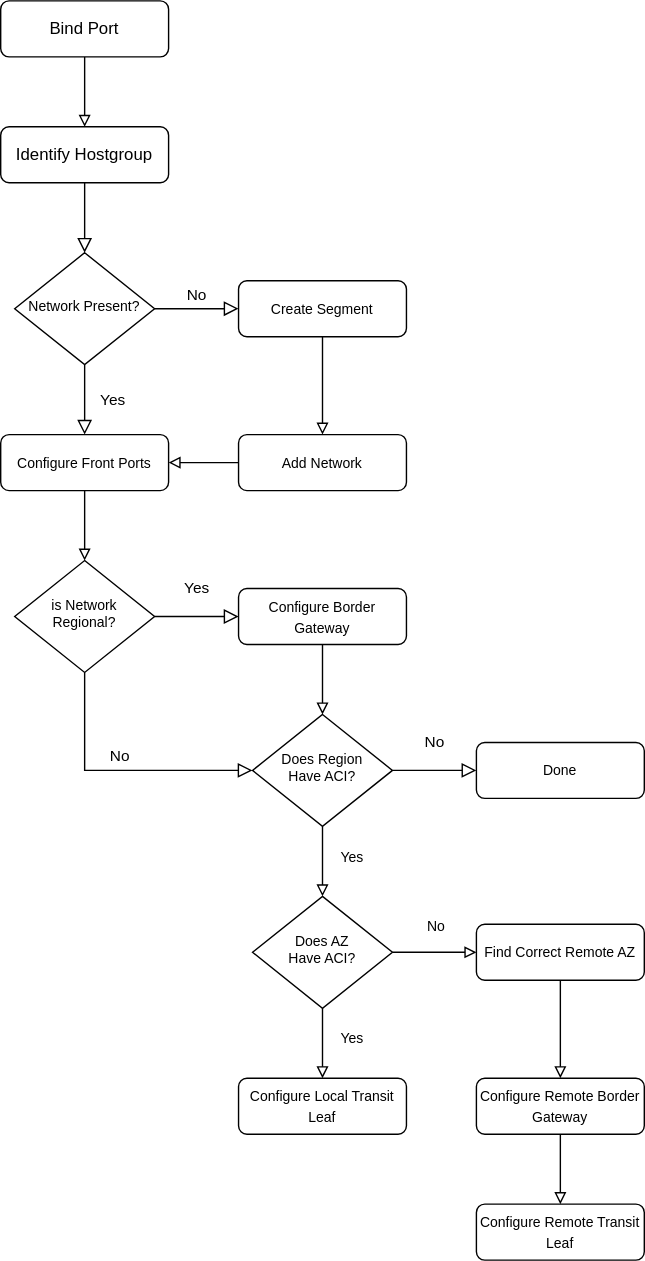
Earlier version of the draw.io export doc/source/architecture/figure/network_provisioning_flow.svg (sapcc/networking-ccloud). Source tidied: cells renumbered, new cells last; positions are measured from the earlier drawing's top-left corner, leaving out a move shared by most shapes.
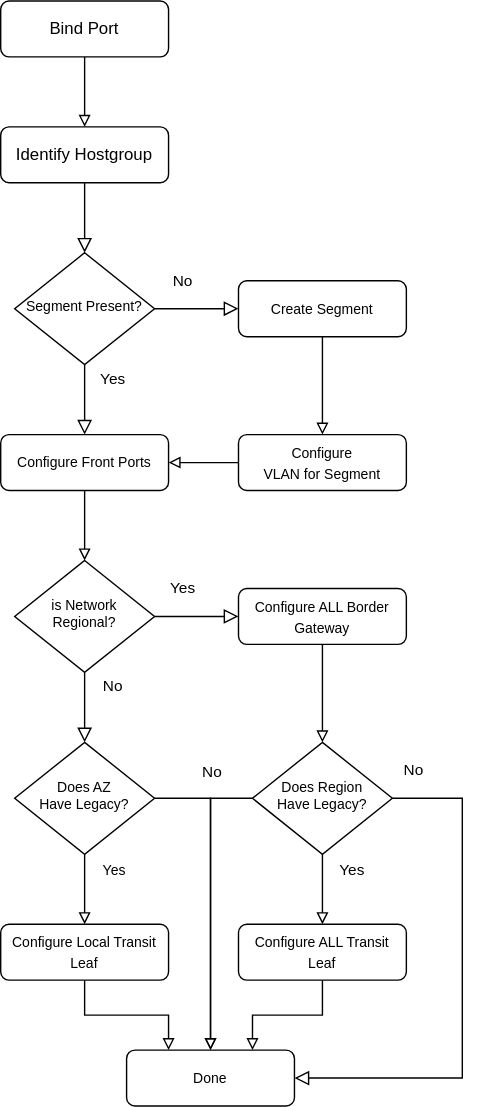
Later version of the same file.

The edit, as a diff of the source:
```diff
@@ -9,12 +9,12 @@
       <mxGeometry y="90" width="120" height="40" as="geometry" />
     </mxCell>
     <mxCell id="4" value="Yes" style="rounded=0;html=1;jettySize=auto;fontSize=11;endArrow=block;endFill=0;endSize=8;strokeWidth=1;shadow=0;labelBackgroundColor=none;edgeStyle=orthogonalEdgeStyle;entryX=0.5;entryY=0;entryDx=0;entryDy=0;" parent="1" edge="1" source="6" target="10">
-      <mxGeometry y="20" relative="1" as="geometry" />
+      <mxGeometry x="-0.6" y="20" relative="1" as="geometry" />
     </mxCell>
     <mxCell id="5" value="No" style="edgeStyle=orthogonalEdgeStyle;rounded=0;html=1;jettySize=auto;fontSize=11;endArrow=block;endFill=0;endSize=8;strokeWidth=1;shadow=0;labelBackgroundColor=none;" parent="1" edge="1" source="6" target="8">
-      <mxGeometry y="10" relative="1" as="geometry" />
+      <mxGeometry x="-0.33" y="20" relative="1" as="geometry" />
     </mxCell>
-    <mxCell id="6" value="Network Present?" style="rhombus;whiteSpace=wrap;html=1;shadow=0;fontFamily=Helvetica;fontSize=10;align=center;strokeWidth=1;spacing=6;spacingTop=-4;" parent="1" vertex="1">
+    <mxCell id="6" value="Segment Present?" style="rhombus;whiteSpace=wrap;html=1;shadow=0;fontFamily=Helvetica;fontSize=10;align=center;strokeWidth=1;spacing=6;spacingTop=-4;" parent="1" vertex="1">
       <mxGeometry x="10" y="180" width="100" height="80" as="geometry" />
     </mxCell>
     <mxCell id="7" style="edgeStyle=orthogonalEdgeStyle;rounded=0;jettySize=auto;html=1;fontSize=10;entryX=0.5;entryY=0;entryDx=0;entryDy=0;endArrow=block;endFill=0;" parent="1" edge="1" source="8" target="12">
@@ -32,83 +32,91 @@
     <mxCell id="11" style="edgeStyle=orthogonalEdgeStyle;rounded=0;jettySize=auto;html=1;entryX=1;entryY=0.5;entryDx=0;entryDy=0;fontSize=10;endArrow=block;endFill=0;" parent="1" edge="1" source="12" target="10">
       <mxGeometry relative="1" as="geometry" />
     </mxCell>
-    <mxCell id="12" value="&lt;font style=&quot;font-size: 10px&quot;&gt;Add Network&lt;/font&gt;" style="rounded=1;whiteSpace=wrap;html=1;fontSize=12;glass=0;strokeWidth=1;shadow=0;" parent="1" vertex="1">
+    <mxCell id="12" value="&lt;font style=&quot;font-size: 10px&quot;&gt;Configure&lt;br&gt;VLAN for Segment&lt;br&gt;&lt;/font&gt;" style="rounded=1;whiteSpace=wrap;html=1;fontSize=12;glass=0;strokeWidth=1;shadow=0;" parent="1" vertex="1">
       <mxGeometry x="170" y="310" width="120" height="40" as="geometry" />
     </mxCell>
     <mxCell id="13" value="is Network&lt;br&gt;Regional?" style="rhombus;whiteSpace=wrap;html=1;shadow=0;fontFamily=Helvetica;fontSize=10;align=center;strokeWidth=1;spacing=6;spacingTop=-4;" parent="1" vertex="1">
       <mxGeometry x="10" y="400" width="100" height="80" as="geometry" />
     </mxCell>
-    <mxCell id="14" style="edgeStyle=orthogonalEdgeStyle;rounded=0;jettySize=auto;html=1;entryX=0.5;entryY=0;entryDx=0;entryDy=0;fontSize=10;endArrow=block;endFill=0;" parent="1" edge="1" source="16" target="27">
-      <mxGeometry relative="1" as="geometry" />
-    </mxCell>
-    <mxCell id="15" value="Yes" style="edgeLabel;html=1;align=center;verticalAlign=middle;fontSize=10;" parent="14" vertex="1">
-      <mxGeometry x="-0.17" y="3" relative="1" as="geometry">
-        <mxPoint x="17" as="offset" />
-      </mxGeometry>
-    </mxCell>
-    <mxCell id="16" value="Does Region&lt;br&gt;Have ACI?" style="rhombus;whiteSpace=wrap;html=1;shadow=0;fontFamily=Helvetica;fontSize=10;align=center;strokeWidth=1;spacing=6;spacingTop=-4;" parent="1" vertex="1">
-      <mxGeometry x="180" y="510" width="100" height="80" as="geometry" />
+    <mxCell id="16" value="Does Region&lt;br&gt;Have Legacy?" style="rhombus;whiteSpace=wrap;html=1;shadow=0;fontFamily=Helvetica;fontSize=10;align=center;strokeWidth=1;spacing=6;spacingTop=-4;" parent="1" vertex="1">
+      <mxGeometry x="180" y="530" width="100" height="80" as="geometry" />
     </mxCell>
     <mxCell id="17" style="edgeStyle=orthogonalEdgeStyle;rounded=0;jettySize=auto;html=1;fontSize=10;endArrow=block;endFill=0;entryX=0.5;entryY=0;entryDx=0;entryDy=0;" parent="1" edge="1" source="18" target="16">
       <mxGeometry relative="1" as="geometry" />
     </mxCell>
-    <mxCell id="18" value="&lt;font style=&quot;font-size: 10px&quot;&gt;Configure Border Gateway&lt;/font&gt;" style="rounded=1;whiteSpace=wrap;html=1;fontSize=12;glass=0;strokeWidth=1;shadow=0;" parent="1" vertex="1">
+    <mxCell id="18" value="&lt;font style=&quot;font-size: 10px&quot;&gt;Configure ALL Border Gateway&lt;/font&gt;" style="rounded=1;whiteSpace=wrap;html=1;fontSize=12;glass=0;strokeWidth=1;shadow=0;" parent="1" vertex="1">
       <mxGeometry x="170" y="420" width="120" height="40" as="geometry" />
     </mxCell>
     <mxCell id="19" value="Yes" style="rounded=0;html=1;jettySize=auto;fontSize=11;endArrow=block;endFill=0;endSize=8;strokeWidth=1;shadow=0;labelBackgroundColor=none;edgeStyle=orthogonalEdgeStyle;entryX=0;entryY=0.5;entryDx=0;entryDy=0;exitX=1;exitY=0.5;exitDx=0;exitDy=0;" parent="1" edge="1" source="13" target="18">
-      <mxGeometry y="20" relative="1" as="geometry" />
+      <mxGeometry x="-0.33" y="20" relative="1" as="geometry" />
     </mxCell>
-    <mxCell id="20" value="No" style="edgeStyle=orthogonalEdgeStyle;rounded=0;html=1;jettySize=auto;fontSize=11;endArrow=block;endFill=0;endSize=8;strokeWidth=1;shadow=0;labelBackgroundColor=none;exitX=0.5;exitY=1;exitDx=0;exitDy=0;entryX=0;entryY=0.5;entryDx=0;entryDy=0;" parent="1" edge="1" source="13" target="16">
-      <mxGeometry y="10" relative="1" as="geometry" />
+    <mxCell id="20" value="No" style="edgeStyle=orthogonalEdgeStyle;rounded=0;html=1;jettySize=auto;fontSize=11;endArrow=block;endFill=0;endSize=8;strokeWidth=1;shadow=0;labelBackgroundColor=none;exitX=0.5;exitY=1;exitDx=0;exitDy=0;entryX=0.5;entryY=0;entryDx=0;entryDy=0;" parent="1" edge="1" source="13" target="41">
+      <mxGeometry x="-0.6" y="20" relative="1" as="geometry" />
     </mxCell>
     <mxCell id="21" value="&lt;span style=&quot;font-size: 10px&quot;&gt;Done&lt;/span&gt;" style="rounded=1;whiteSpace=wrap;html=1;fontSize=12;glass=0;strokeWidth=1;shadow=0;" parent="1" vertex="1">
-      <mxGeometry x="340" y="530" width="120" height="40" as="geometry" />
+      <mxGeometry x="90" y="750" width="120" height="40" as="geometry" />
     </mxCell>
-    <mxCell id="22" value="No" style="rounded=0;html=1;jettySize=auto;fontSize=11;endArrow=block;endFill=0;endSize=8;strokeWidth=1;shadow=0;labelBackgroundColor=none;edgeStyle=orthogonalEdgeStyle;entryX=0;entryY=0.5;entryDx=0;entryDy=0;exitX=1;exitY=0.5;exitDx=0;exitDy=0;" parent="1" edge="1" source="16" target="21">
-      <mxGeometry y="20" relative="1" as="geometry" />
+    <mxCell id="22" value="No" style="rounded=0;html=1;jettySize=auto;fontSize=11;endArrow=block;endFill=0;endSize=8;strokeWidth=1;shadow=0;labelBackgroundColor=none;edgeStyle=orthogonalEdgeStyle;exitX=1;exitY=0.5;exitDx=0;exitDy=0;entryX=1;entryY=0.5;entryDx=0;entryDy=0;" parent="1" edge="1" source="16" target="21">
+      <mxGeometry x="-0.92" y="20" relative="1" as="geometry">
+        <Array as="points">
+          <mxPoint x="330" y="570" />
+          <mxPoint x="330" y="770" />
+        </Array>
+      </mxGeometry>
     </mxCell>
-    <mxCell id="23" style="edgeStyle=orthogonalEdgeStyle;rounded=0;jettySize=auto;html=1;fontSize=10;endArrow=block;endFill=0;" parent="1" edge="1" source="27" target="28">
+    <mxCell id="23" style="edgeStyle=orthogonalEdgeStyle;rounded=0;jettySize=auto;html=1;fontSize=10;endArrow=block;endFill=0;exitX=0.5;exitY=1;exitDx=0;exitDy=0;" parent="1" edge="1" source="16" target="28">
       <mxGeometry relative="1" as="geometry" />
     </mxCell>
-    <mxCell id="24" value="Yes" style="edgeLabel;html=1;align=center;verticalAlign=middle;fontSize=10;" parent="23" vertex="1">
-      <mxGeometry y="-1" relative="1" as="geometry">
-        <mxPoint x="21" y="-5" as="offset" />
-      </mxGeometry>
-    </mxCell>
+    <mxCell id="36" value="Yes" style="edgeLabel;html=1;align=center;verticalAlign=middle;fontSize=10;" parent="23" vertex="1">
+      <mxGeometry y="-1" relative="1" as="geometry">
+        <mxPoint x="-149" y="-15" as="offset" />
+      </mxGeometry>
+    </mxCell>
+    <mxCell id="37" value="Yes" style="edgeLabel;html=1;align=center;verticalAlign=middle;" parent="23" vertex="1">
+      <mxGeometry x="-0.32" y="-1" relative="1" as="geometry">
+        <mxPoint x="21" y="-7" as="offset" />
+      </mxGeometry>
+    </mxCell>
-    <mxCell id="25" style="edgeStyle=orthogonalEdgeStyle;rounded=0;jettySize=auto;html=1;fontSize=10;endArrow=block;endFill=0;" parent="1" edge="1" source="27" target="30">
-      <mxGeometry relative="1" as="geometry" />
+    <mxCell id="25" style="edgeStyle=orthogonalEdgeStyle;rounded=0;jettySize=auto;html=1;fontSize=10;endArrow=block;endFill=0;entryX=0.5;entryY=0;entryDx=0;entryDy=0;exitX=0;exitY=0.5;exitDx=0;exitDy=0;" parent="1" edge="1" source="16" target="21">
+      <mxGeometry relative="1" as="geometry">
+        <Array as="points">
+          <mxPoint x="150" y="570" />
+        </Array>
+      </mxGeometry>
     </mxCell>
-    <mxCell id="26" value="No" style="edgeLabel;html=1;align=center;verticalAlign=middle;fontSize=10;" parent="25" vertex="1">
-      <mxGeometry x="-0.13" y="-3" relative="1" as="geometry">
-        <mxPoint x="4" y="-23" as="offset" />
+    <mxCell id="26" value="No" style="edgeLabel;html=1;align=center;verticalAlign=middle;" parent="25" vertex="1">
+      <mxGeometry x="-0.79" relative="1" as="geometry">
+        <mxPoint x="-8" y="-20" as="offset" />
       </mxGeometry>
     </mxCell>
-    <mxCell id="27" value="Does AZ&lt;br&gt;Have ACI?" style="rhombus;whiteSpace=wrap;html=1;shadow=0;fontFamily=Helvetica;fontSize=10;align=center;strokeWidth=1;spacing=6;spacingTop=-4;" parent="1" vertex="1">
-      <mxGeometry x="180" y="640" width="100" height="80" as="geometry" />
-    </mxCell>
+    <mxCell id="38" style="edgeStyle=orthogonalEdgeStyle;rounded=0;jettySize=auto;html=1;entryX=0.75;entryY=0;entryDx=0;entryDy=0;endArrow=block;endFill=0;" parent="1" edge="1" source="28" target="21">
+      <mxGeometry relative="1" as="geometry" />
+    </mxCell>
-    <mxCell id="28" value="&lt;span style=&quot;font-size: 10px&quot;&gt;Configure Local Transit Leaf&lt;/span&gt;" style="rounded=1;whiteSpace=wrap;html=1;fontSize=12;glass=0;strokeWidth=1;shadow=0;" parent="1" vertex="1">
-      <mxGeometry x="170" y="770" width="120" height="40" as="geometry" />
+    <mxCell id="28" value="&lt;span style=&quot;font-size: 10px&quot;&gt;Configure ALL Transit Leaf&lt;/span&gt;" style="rounded=1;whiteSpace=wrap;html=1;fontSize=12;glass=0;strokeWidth=1;shadow=0;" parent="1" vertex="1">
+      <mxGeometry x="170" y="660" width="120" height="40" as="geometry" />
     </mxCell>
-    <mxCell id="29" style="edgeStyle=orthogonalEdgeStyle;rounded=0;jettySize=auto;html=1;exitX=0.5;exitY=1;exitDx=0;exitDy=0;entryX=0.5;entryY=0;entryDx=0;entryDy=0;fontSize=10;endArrow=block;endFill=0;" parent="1" edge="1" source="30" target="32">
-      <mxGeometry relative="1" as="geometry" />
-    </mxCell>
-    <mxCell id="30" value="&lt;span style=&quot;font-size: 10px&quot;&gt;Find Correct Remote AZ&lt;/span&gt;" style="rounded=1;whiteSpace=wrap;html=1;fontSize=12;glass=0;strokeWidth=1;shadow=0;" parent="1" vertex="1">
-      <mxGeometry x="340" y="660" width="120" height="40" as="geometry" />
-    </mxCell>
-    <mxCell id="31" style="edgeStyle=orthogonalEdgeStyle;rounded=0;jettySize=auto;html=1;entryX=0.5;entryY=0;entryDx=0;entryDy=0;fontSize=10;endArrow=block;endFill=0;" parent="1" edge="1" source="32" target="33">
-      <mxGeometry relative="1" as="geometry" />
-    </mxCell>
-    <mxCell id="32" value="&lt;span style=&quot;font-size: 10px&quot;&gt;Configure Remote Border Gateway&lt;/span&gt;" style="rounded=1;whiteSpace=wrap;html=1;fontSize=12;glass=0;strokeWidth=1;shadow=0;" parent="1" vertex="1">
-      <mxGeometry x="340" y="770" width="120" height="40" as="geometry" />
-    </mxCell>
-    <mxCell id="33" value="&lt;span style=&quot;font-size: 10px&quot;&gt;Configure Remote Transit Leaf&lt;/span&gt;" style="rounded=1;whiteSpace=wrap;html=1;fontSize=12;glass=0;strokeWidth=1;shadow=0;" parent="1" vertex="1">
-      <mxGeometry x="340" y="860" width="120" height="40" as="geometry" />
-    </mxCell>
     <mxCell id="34" style="edgeStyle=orthogonalEdgeStyle;rounded=0;jettySize=auto;html=1;entryX=0.5;entryY=0;entryDx=0;entryDy=0;fontSize=10;endArrow=block;endFill=0;" parent="1" edge="1" source="35" target="3">
       <mxGeometry relative="1" as="geometry" />
     </mxCell>
     <mxCell id="35" value="Bind Port" style="rounded=1;whiteSpace=wrap;html=1;fontSize=12;glass=0;strokeWidth=1;shadow=0;" parent="1" vertex="1">
       <mxGeometry width="120" height="40" as="geometry" />
     </mxCell>
+    <mxCell id="39" style="edgeStyle=orthogonalEdgeStyle;rounded=0;jettySize=auto;html=1;entryX=0.5;entryY=0;entryDx=0;entryDy=0;endArrow=block;endFill=0;" parent="1" edge="1" source="41" target="43">
+      <mxGeometry relative="1" as="geometry" />
+    </mxCell>
+    <mxCell id="40" style="edgeStyle=orthogonalEdgeStyle;rounded=0;jettySize=auto;html=1;endArrow=block;endFill=0;" parent="1" edge="1" source="41">
+      <mxGeometry relative="1" as="geometry">
+        <mxPoint x="150" y="750" as="targetPoint" />
+      </mxGeometry>
+    </mxCell>
+    <mxCell id="41" value="Does AZ&lt;br&gt;Have Legacy?" style="rhombus;whiteSpace=wrap;html=1;shadow=0;fontFamily=Helvetica;fontSize=10;align=center;strokeWidth=1;spacing=6;spacingTop=-4;" parent="1" vertex="1">
+      <mxGeometry x="10" y="530" width="100" height="80" as="geometry" />
+    </mxCell>
+    <mxCell id="42" style="edgeStyle=orthogonalEdgeStyle;rounded=0;jettySize=auto;html=1;entryX=0.25;entryY=0;entryDx=0;entryDy=0;endArrow=block;endFill=0;" parent="1" edge="1" source="43" target="21">
+      <mxGeometry relative="1" as="geometry" />
+    </mxCell>
+    <mxCell id="43" value="&lt;span style=&quot;font-size: 10px&quot;&gt;Configure Local Transit Leaf&lt;/span&gt;" style="rounded=1;whiteSpace=wrap;html=1;fontSize=12;glass=0;strokeWidth=1;shadow=0;" parent="1" vertex="1">
+      <mxGeometry y="660" width="120" height="40" as="geometry" />
+    </mxCell>
   </root>
 </mxGraphModel>
```
